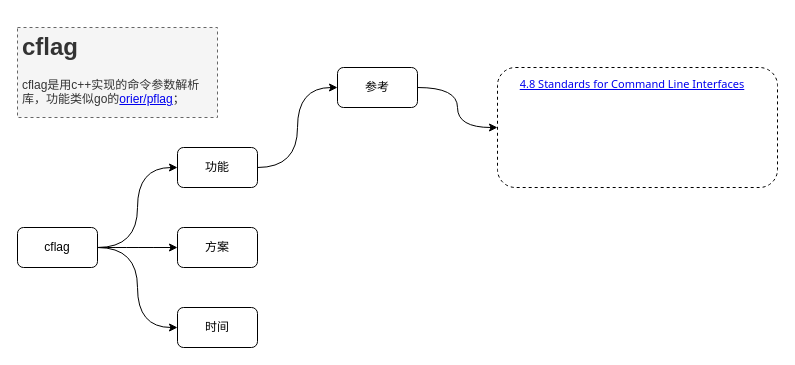
This is mind/mine.drawio from EarthWind/deeparch, a draw.io file, before an edit. Source tidied: cells renumbered, new cells numbered last; positions are measured from the earlier drawing's top-left corner, leaving out a move shared by most shapes. Both pictures are drawn from the tidied source at 100%, with x=0, y=0 at pixel (17, 27).
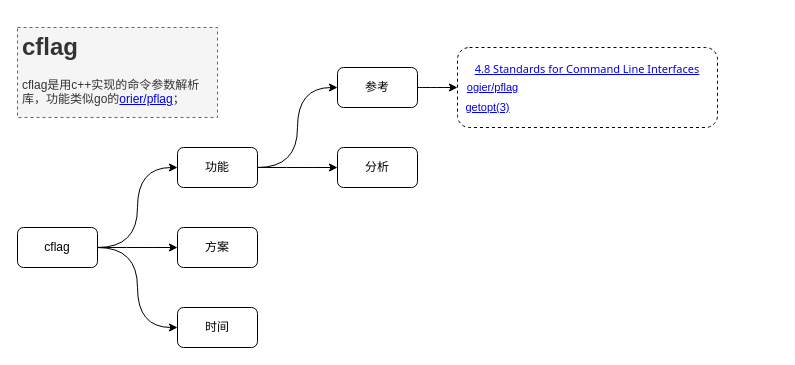
The same page after the edit.

The edit, as a diff of the source:
```diff
@@
 <mxGraphModel>
   <root>
     <mxCell id="0" />
     <mxCell id="1" parent="0" />
-    <mxCell id="2" style="rounded=1;whiteSpace=wrap;html=1;dashed=1;" parent="1" vertex="1">
-      <mxGeometry x="480" y="40" width="280" height="120" as="geometry" />
-    </mxCell>
     <mxCell id="3" style="edgeStyle=orthogonalEdgeStyle;rounded=0;jettySize=auto;html=1;curved=1;entryX=0;entryY=0.5;entryDx=0;entryDy=0;" parent="1" edge="1" source="6" target="9">
       <mxGeometry relative="1" as="geometry" />
     </mxCell>
     <mxCell id="4" style="edgeStyle=orthogonalEdgeStyle;curved=1;rounded=0;jettySize=auto;html=1;entryX=0;entryY=0.5;entryDx=0;entryDy=0;" parent="1" edge="1" source="6" target="10">
       <mxGeometry relative="1" as="geometry" />
     </mxCell>
     <mxCell id="5" style="edgeStyle=orthogonalEdgeStyle;curved=1;rounded=0;jettySize=auto;html=1;entryX=0;entryY=0.5;entryDx=0;entryDy=0;" parent="1" edge="1" source="6" target="11">
       <mxGeometry relative="1" as="geometry" />
     </mxCell>
     <mxCell id="6" value="cflag" style="rounded=1;whiteSpace=wrap;html=1;" parent="1" vertex="1">
       <mxGeometry y="200" width="80" height="40" as="geometry" />
     </mxCell>
     <mxCell id="7" value="&lt;h1&gt;cflag&lt;/h1&gt;&lt;p&gt;cflag是用c++实现的命令参数解析库，功能类似go的&lt;a href=&quot;https://github.com/ogier/pflag&quot;&gt;orier/pflag&lt;/a&gt;；&lt;/p&gt;" style="text;html=1;strokeColor=#666666;fillColor=#f5f5f5;spacing=5;spacingTop=-20;whiteSpace=wrap;overflow=hidden;rounded=0;dashed=1;fontColor=#333333;" parent="1" vertex="1">
       <mxGeometry width="200" height="90" as="geometry" />
     </mxCell>
     <mxCell id="8" style="edgeStyle=orthogonalEdgeStyle;curved=1;rounded=0;jettySize=auto;html=1;entryX=0;entryY=0.5;entryDx=0;entryDy=0;" parent="1" edge="1" source="9" target="13">
       <mxGeometry relative="1" as="geometry" />
     </mxCell>
+    <mxCell id="15" style="edgeStyle=orthogonalEdgeStyle;curved=1;rounded=0;jettySize=auto;html=1;fontSize=11;fontColor=#000000;" parent="1" edge="1" source="9" target="16">
+      <mxGeometry relative="1" as="geometry" />
+    </mxCell>
     <mxCell id="9" value="功能" style="rounded=1;whiteSpace=wrap;html=1;" parent="1" vertex="1">
       <mxGeometry x="160" y="120" width="80" height="40" as="geometry" />
     </mxCell>
     <mxCell id="10" value="方案" style="rounded=1;whiteSpace=wrap;html=1;" parent="1" vertex="1">
       <mxGeometry x="160" y="200" width="80" height="40" as="geometry" />
     </mxCell>
     <mxCell id="11" value="时间" style="rounded=1;whiteSpace=wrap;html=1;" parent="1" vertex="1">
       <mxGeometry x="160" y="280" width="80" height="40" as="geometry" />
     </mxCell>
     <mxCell id="12" style="edgeStyle=orthogonalEdgeStyle;curved=1;rounded=0;jettySize=auto;html=1;" parent="1" edge="1" source="13" target="2">
       <mxGeometry relative="1" as="geometry" />
     </mxCell>
     <mxCell id="13" value="参考" style="rounded=1;whiteSpace=wrap;html=1;" parent="1" vertex="1">
       <mxGeometry x="320" y="40" width="80" height="40" as="geometry" />
     </mxCell>
+    <mxCell id="16" value="分析" style="rounded=1;whiteSpace=wrap;html=1;" parent="1" vertex="1">
+      <mxGeometry x="320" y="120" width="80" height="40" as="geometry" />
+    </mxCell>
+    <mxCell id="17" style="group;" parent="1" vertex="1">
+      <mxGeometry x="440" y="20" width="260" height="80" as="geometry" />
+    </mxCell>
+    <mxCell id="2" style="rounded=1;whiteSpace=wrap;html=1;dashed=1;" parent="17" vertex="1">
+      <mxGeometry width="260" height="80" as="geometry" />
+    </mxCell>
-    <mxCell id="14" value="&lt;h3 style=&quot;margin: 1em 0px 0.87em; padding: 0px; color: rgb(51, 51, 51); font-family: &amp;quot;Fira Sans&amp;quot;, sans; text-align: left;&quot; class=&quot;section&quot;&gt;&lt;font style=&quot;font-size: 11px; font-weight: normal;&quot;&gt;&lt;a href=&quot;https://www.gnu.org/prep/standards/html_node/Command_002dLine-Interfaces.html&quot;&gt;4.8 Standards for Command Line Interfaces&lt;/a&gt;&lt;/font&gt;&lt;/h3&gt;" style="text;html=1;strokeColor=none;fillColor=none;align=center;verticalAlign=middle;whiteSpace=wrap;rounded=0;dashed=1;" parent="1" vertex="1">
-      <mxGeometry x="480" y="40" width="270" height="30" as="geometry" />
+    <mxCell id="14" value="&lt;h3 style=&quot;margin: 1em 0px 0.87em; padding: 0px; color: rgb(51, 51, 51); font-family: &amp;quot;Fira Sans&amp;quot;, sans; text-align: left; font-size: 11px;&quot; class=&quot;section&quot;&gt;&lt;font style=&quot;font-size: 11px; font-weight: normal;&quot;&gt;&lt;a href=&quot;https://www.gnu.org/prep/standards/html_node/Command_002dLine-Interfaces.html&quot; style=&quot;font-size: 11px;&quot;&gt;4.8 Standards for Command Line Interfaces&lt;/a&gt;&lt;/font&gt;&lt;/h3&gt;" style="text;html=1;strokeColor=none;fillColor=none;align=center;verticalAlign=middle;whiteSpace=wrap;rounded=0;dashed=1;fontSize=11;" parent="17" vertex="1">
+      <mxGeometry y="10" width="260" height="20" as="geometry" />
     </mxCell>
+    <mxCell id="18" value="&lt;a href=&quot;https://github.com/ogier/pflag&quot;&gt;ogier/pflag&lt;/a&gt;" style="text;html=1;align=center;verticalAlign=middle;strokeColor=none;fillColor=none;fontSize=11;" parent="17" vertex="1">
+      <mxGeometry y="30" width="70" height="20" as="geometry" />
+    </mxCell>
+    <mxCell id="19" value="&lt;a href=&quot;https://man7.org/linux/man-pages/man3/getopt.3.html&quot;&gt;getopt(3)&lt;/a&gt;" style="text;html=1;align=center;verticalAlign=middle;strokeColor=none;fillColor=none;fontSize=11;fontColor=#000000;" parent="17" vertex="1">
+      <mxGeometry y="50" width="60" height="20" as="geometry" />
+    </mxCell>
   </root>
 </mxGraphModel>
```
